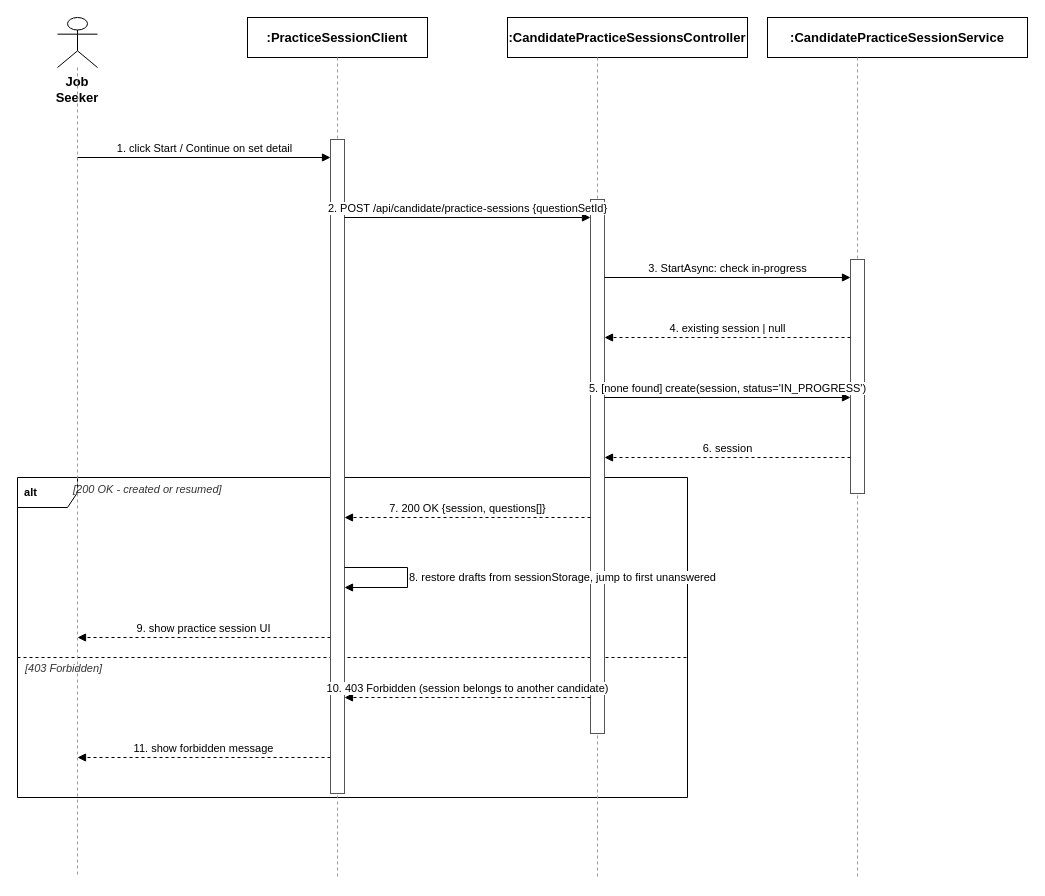
This is docs/qa/Tu_SequenceDiagram/05_Start_Practice_Session.drawio from tulklk/AI_Interview_Question_Generation_RAG_LLM_FE, a draw.io file, before an edit. Source tidied: cells renumbered, new cells numbered last; positions are measured from the earlier drawing's top-left corner, leaving out a move shared by most shapes. Both pictures are drawn from the tidied source at 100%, with x=0, y=0 at pixel (17, 17).
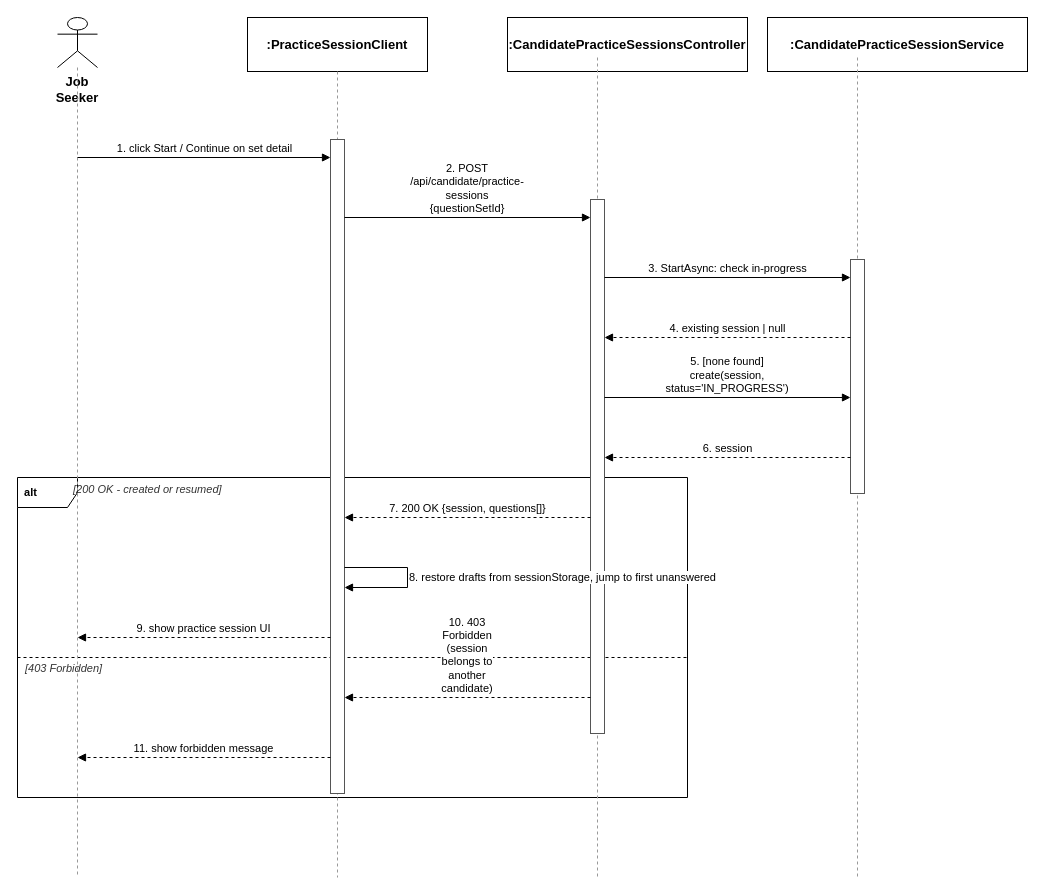
The same diagram, later.

Change to the diagram source:
```diff
@@
     <mxCell id="8" value=":PracticeSessionClient" style="rounded=0;whiteSpace=wrap;html=1;fontSize=13;fillColor=#ffffff;strokeColor=#000000;fontStyle=1;" parent="1" vertex="1">
-      <mxGeometry x="230" width="180" height="40" as="geometry" />
+      <mxGeometry x="230" width="180" height="54" as="geometry" />
     </mxCell>
     <mxCell id="9" style="endArrow=none;dashed=1;html=1;strokeColor=#999999;" parent="1" edge="1">
       <mxGeometry relative="1" as="geometry">
-        <mxPoint x="320" y="40" as="sourcePoint" />
+        <mxPoint x="320" y="54" as="sourcePoint" />
         <mxPoint x="320" y="860" as="targetPoint" />
       </mxGeometry>
     </mxCell>
     <mxCell id="10" value=":CandidatePracticeSessionsController" style="rounded=0;whiteSpace=wrap;html=1;fontSize=13;fillColor=#ffffff;strokeColor=#000000;fontStyle=1;" parent="1" vertex="1">
-      <mxGeometry x="490" width="240" height="40" as="geometry" />
+      <mxGeometry x="490" width="240" height="54" as="geometry" />
     </mxCell>
@@
     <mxCell id="12" value=":CandidatePracticeSessionService" style="rounded=0;whiteSpace=wrap;html=1;fontSize=13;fillColor=#ffffff;strokeColor=#000000;fontStyle=1;" parent="1" vertex="1">
-      <mxGeometry x="750" width="260" height="40" as="geometry" />
+      <mxGeometry x="750" width="260" height="54" as="geometry" />
     </mxCell>
@@
-    <mxCell id="18" value="2. POST /api/candidate/practice-sessions {questionSetId}" style="endArrow=block;endFill=1;html=1;fontSize=11;align=center;verticalAlign=bottom;labelBackgroundColor=#ffffff;strokeColor=#000000;" parent="1" edge="1">
+    <mxCell id="18" value="2. POST /api/candidate/practice-sessions {questionSetId}" style="endArrow=block;endFill=1;html=1;whiteSpace=wrap;fontSize=11;align=center;verticalAlign=bottom;labelBackgroundColor=#ffffff;strokeColor=#000000;" parent="1" edge="1">
       <mxGeometry relative="1" as="geometry">
         <mxPoint x="327" y="200" as="sourcePoint" />
         <mxPoint x="573" y="200" as="targetPoint" />
       </mxGeometry>
     </mxCell>
@@
-    <mxCell id="21" value="5. [none found] create(session, status='IN_PROGRESS')" style="endArrow=block;endFill=1;html=1;fontSize=11;align=center;verticalAlign=bottom;labelBackgroundColor=#ffffff;strokeColor=#000000;" parent="1" edge="1">
+    <mxCell id="21" value="5. [none found] create(session, status='IN_PROGRESS')" style="endArrow=block;endFill=1;html=1;whiteSpace=wrap;fontSize=11;align=center;verticalAlign=bottom;labelBackgroundColor=#ffffff;strokeColor=#000000;" parent="1" edge="1">
       <mxGeometry relative="1" as="geometry">
         <mxPoint x="587" y="380" as="sourcePoint" />
         <mxPoint x="833" y="380" as="targetPoint" />
       </mxGeometry>
     </mxCell>
@@
-    <mxCell id="26" value="10. 403 Forbidden (session belongs to another candidate)" style="endArrow=block;endFill=1;html=1;dashed=1;fontSize=11;align=center;verticalAlign=bottom;labelBackgroundColor=#ffffff;strokeColor=#000000;" parent="1" edge="1">
+    <mxCell id="26" value="10. 403 Forbidden (session belongs to another candidate)" style="endArrow=block;endFill=1;html=1;whiteSpace=wrap;dashed=1;fontSize=11;align=center;verticalAlign=bottom;labelBackgroundColor=#ffffff;strokeColor=#000000;" parent="1" edge="1">
       <mxGeometry relative="1" as="geometry">
         <mxPoint x="573" y="680" as="sourcePoint" />
         <mxPoint x="327" y="680" as="targetPoint" />
       </mxGeometry>
     </mxCell>
```
